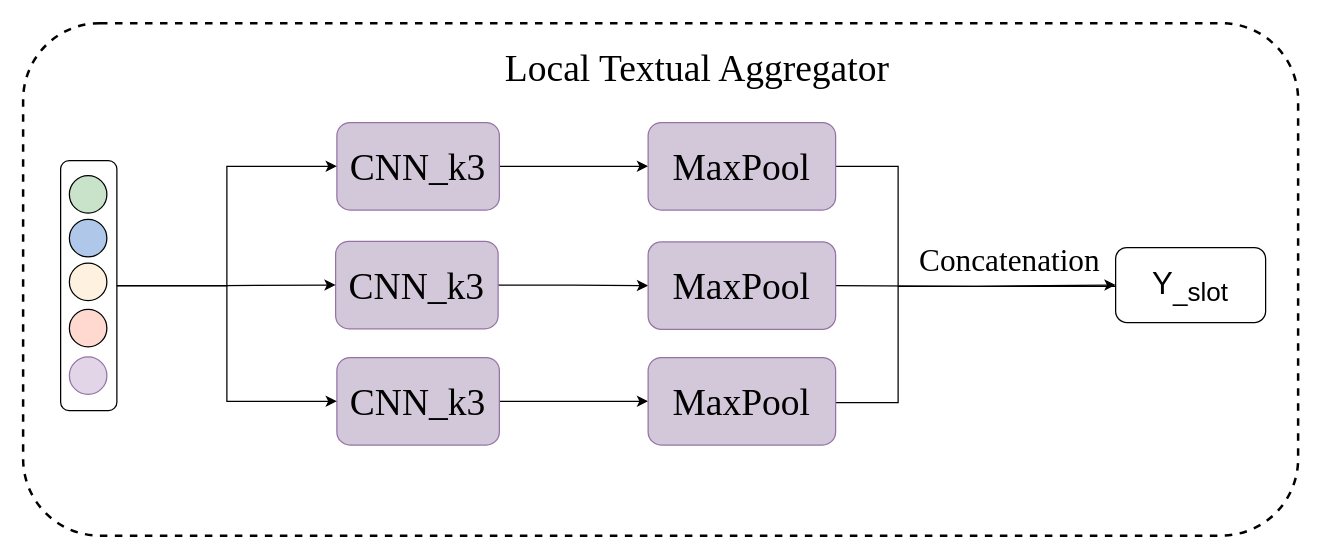
lengyueit/paper_pic keeps this draw.io diagram as chinese_NLU/Local_Textual_Aggregator.drawio. Above is the earlier version. Source tidied: cells renumbered, new cells numbered last; positions are measured from the earlier drawing's top-left corner, leaving out a move shared by most shapes. Both pictures are drawn from the tidied source at 125%, with x=0, y=0 at pixel (22, 22).
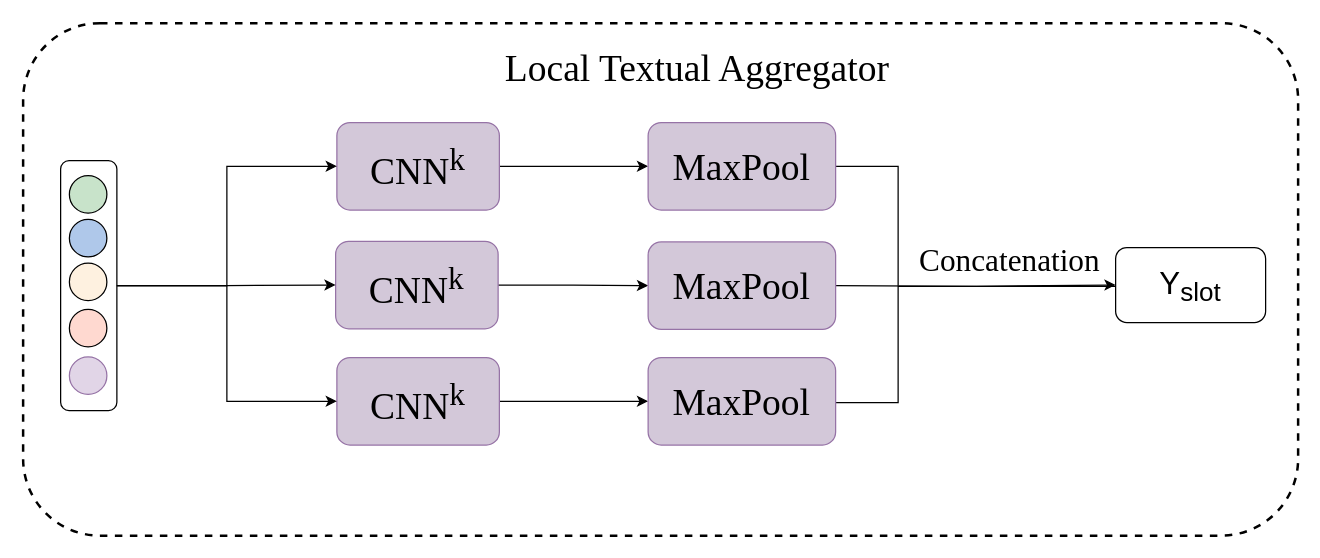
Above is the later version.

What changed in the source:
```diff
@@
-    <mxCell id="4" value="&lt;font style=&quot;font-size: 30px;&quot; face=&quot;Times New Roman&quot;&gt;CNN_k3&lt;/font&gt;" style="rounded=1;whiteSpace=wrap;html=1;fillColor=#D3C8D9;strokeColor=#9673a6;" parent="1" vertex="1">
+    <mxCell id="4" value="&lt;font style=&quot;font-size: 30px;&quot; face=&quot;Times New Roman&quot;&gt;CNN&lt;sup&gt;k&lt;/sup&gt;&lt;/font&gt;" style="rounded=1;whiteSpace=wrap;html=1;fillColor=#D3C8D9;strokeColor=#9673a6;" parent="1" vertex="1">
       <mxGeometry x="251" y="79.5" width="130" height="70" as="geometry" />
     </mxCell>
@@
-    <mxCell id="14" value="&lt;font style=&quot;font-size: 25px;&quot;&gt;Y&lt;sub&gt;_slot&lt;/sub&gt;&lt;/font&gt;" style="rounded=1;whiteSpace=wrap;html=1;" parent="1" vertex="1">
+    <mxCell id="14" value="&lt;font style=&quot;font-size: 25px;&quot;&gt;Y&lt;sub&gt;slot&lt;/sub&gt;&lt;/font&gt;" style="rounded=1;whiteSpace=wrap;html=1;" parent="1" vertex="1">
       <mxGeometry x="874" y="179.5" width="120" height="60" as="geometry" />
     </mxCell>
@@
-    <mxCell id="17" value="&lt;font style=&quot;font-size: 30px;&quot; face=&quot;Times New Roman&quot;&gt;CNN_k3&lt;/font&gt;" style="rounded=1;whiteSpace=wrap;html=1;fillColor=#D3C8D9;strokeColor=#9673a6;" parent="1" vertex="1">
+    <mxCell id="17" value="&lt;font style=&quot;font-size: 30px;&quot; face=&quot;Times New Roman&quot;&gt;CNN&lt;sup&gt;k&lt;/sup&gt;&lt;/font&gt;" style="rounded=1;whiteSpace=wrap;html=1;fillColor=#D3C8D9;strokeColor=#9673a6;" parent="1" vertex="1">
       <mxGeometry x="250" y="174.5" width="130" height="70" as="geometry" />
     </mxCell>
@@
-    <mxCell id="19" value="&lt;font style=&quot;font-size: 30px;&quot; face=&quot;Times New Roman&quot;&gt;CNN_k3&lt;/font&gt;" style="rounded=1;whiteSpace=wrap;html=1;fillColor=#D3C8D9;strokeColor=#9673a6;" parent="1" vertex="1">
+    <mxCell id="19" value="&lt;font style=&quot;font-size: 30px;&quot; face=&quot;Times New Roman&quot;&gt;CNN&lt;sup&gt;k&lt;/sup&gt;&lt;/font&gt;" style="rounded=1;whiteSpace=wrap;html=1;fillColor=#D3C8D9;strokeColor=#9673a6;" parent="1" vertex="1">
       <mxGeometry x="251" y="267.5" width="130" height="70" as="geometry" />
     </mxCell>
```
